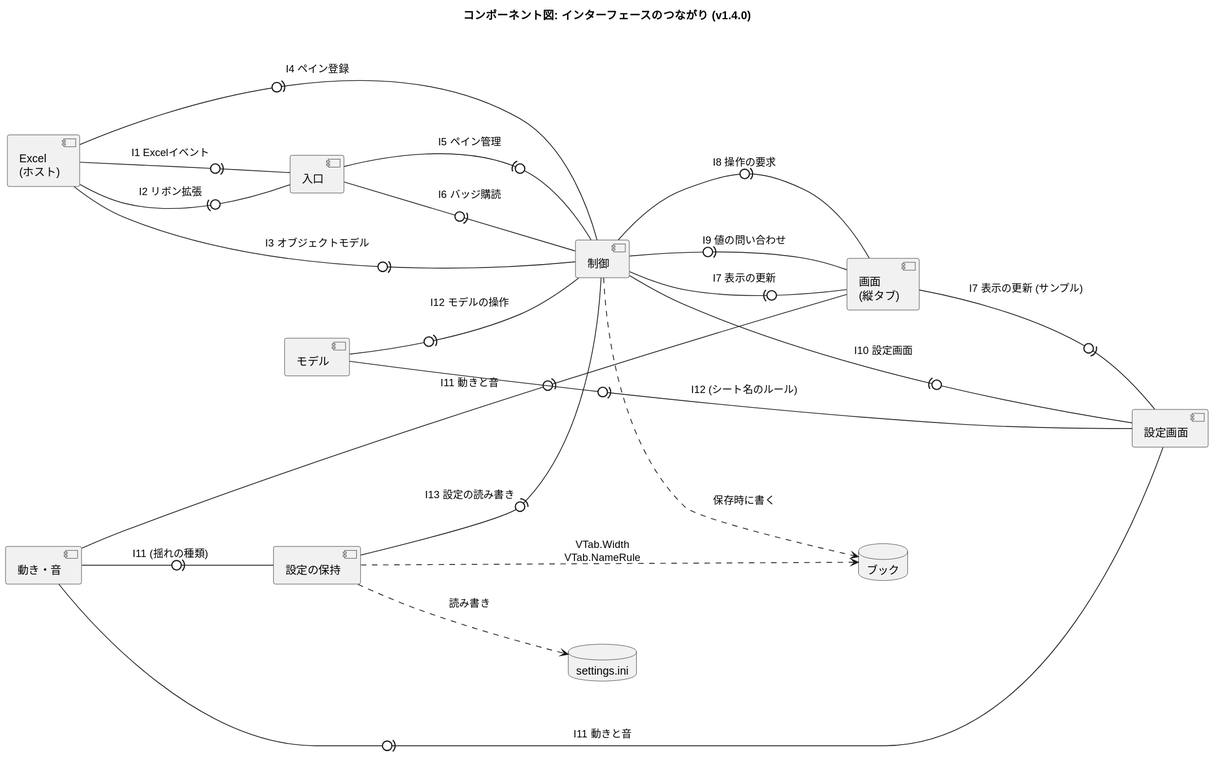
The PlantUML diagram docs/component-interface.svg in nk-taka623/VerticalSheetTabs, before a commit.
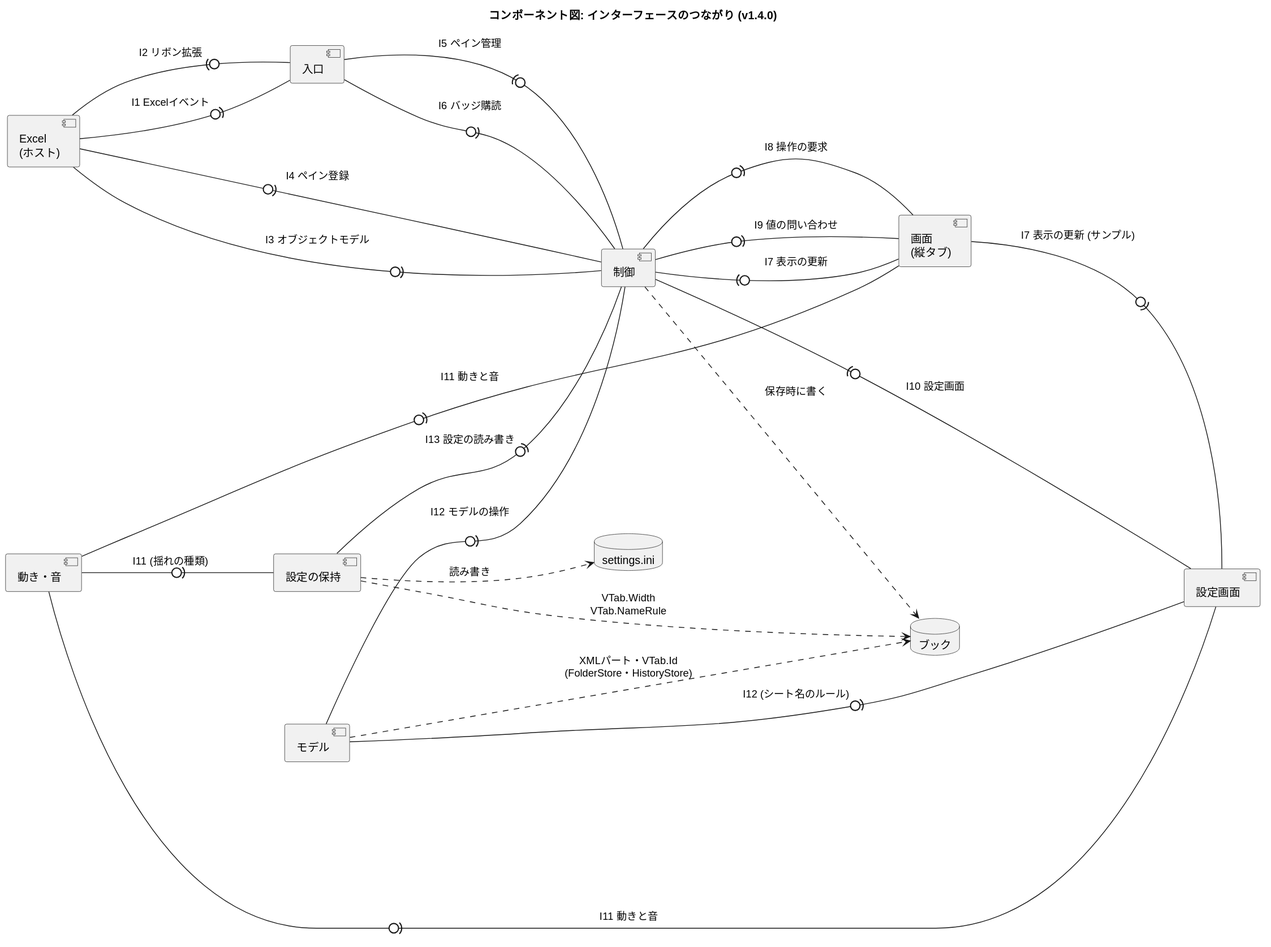
After the commit.

The edit, as a diff of the source:
```diff
@@ -36,6 +36,7 @@
 CONFIG -0)- CTRL : I13 設定の読み書き
 
 CTRL ..> BOOK : 保存時に書く
+MODEL ..> BOOK : XMLパート・VTab.Id\n(FolderStore・HistoryStore)
 CONFIG ..> BOOK : VTab.Width\nVTab.NameRule
 CONFIG ..> INI : 読み書き
 @enduml
```
